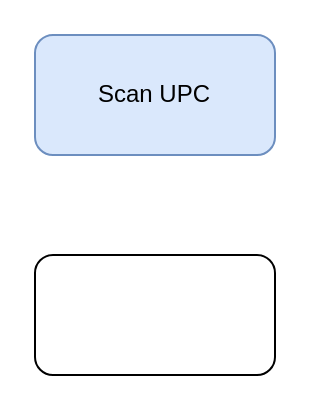
Earlier version of the draw.io diagram Untitled Diagram.drawio (itzelvigil/RepositorioPrueba). Source tidied: cells renumbered, new cells numbered last; positions are measured from the earlier drawing's top-left corner, leaving out a move shared by most shapes. Both pictures are drawn from the tidied source at 200%, with x=0, y=0 at pixel (34, 34).
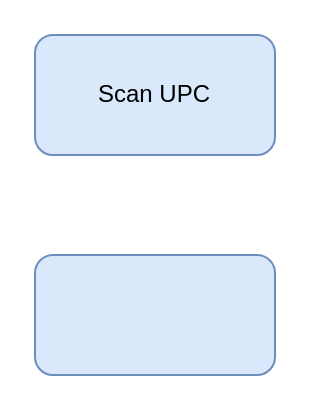
Above is the later version.

Diff of the diagram source:
```diff
@@
 <mxGraphModel>
   <root>
     <mxCell id="0" />
     <mxCell id="1" parent="0" />
     <mxCell id="2" value="Scan UPC" style="rounded=1;whiteSpace=wrap;html=1;fillColor=#dae8fc;strokeColor=#6c8ebf;" parent="1" vertex="1">
       <mxGeometry width="120" height="60" as="geometry" />
     </mxCell>
-    <mxCell id="3" style="rounded=1;whiteSpace=wrap;html=1;" parent="1" vertex="1">
+    <mxCell id="3" style="rounded=1;whiteSpace=wrap;html=1;fillColor=#dae8fc;strokeColor=#6c8ebf;" parent="1" vertex="1">
       <mxGeometry y="110" width="120" height="60" as="geometry" />
     </mxCell>
   </root>
 </mxGraphModel>
```
